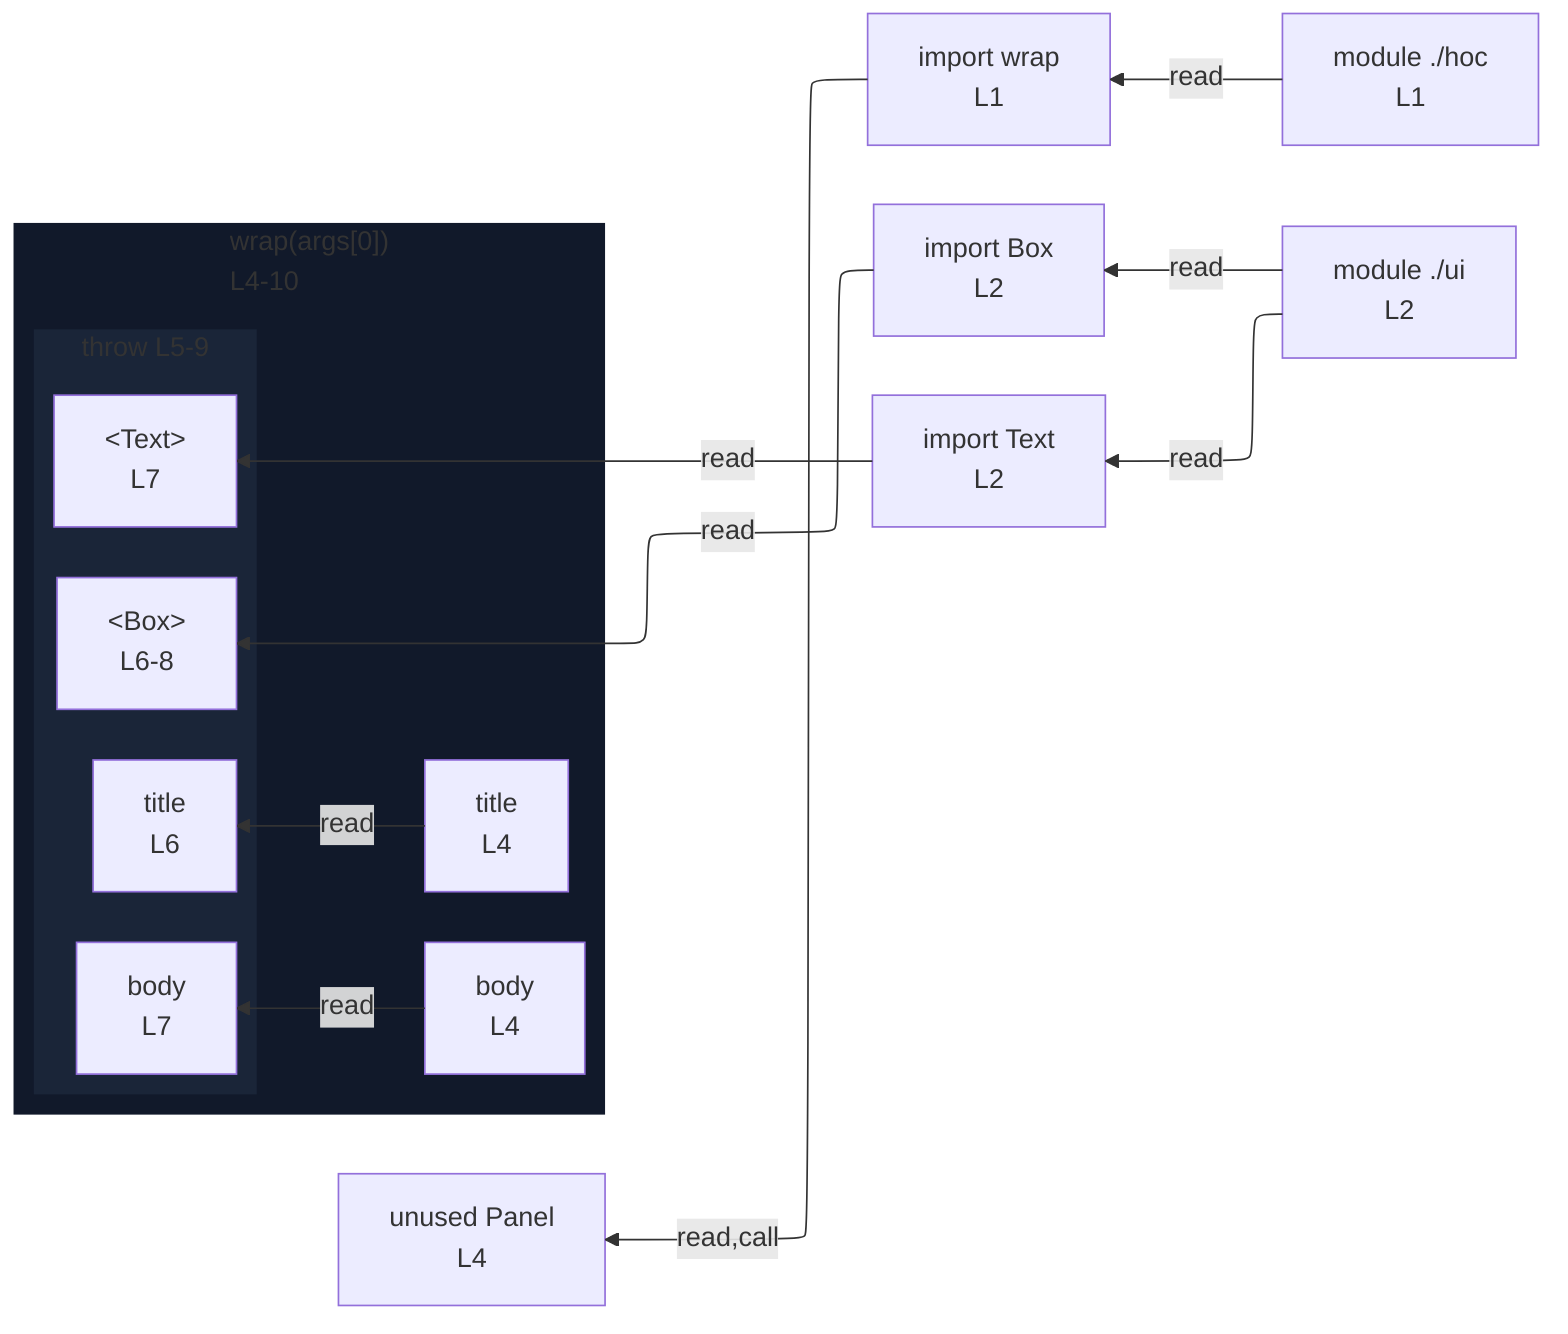
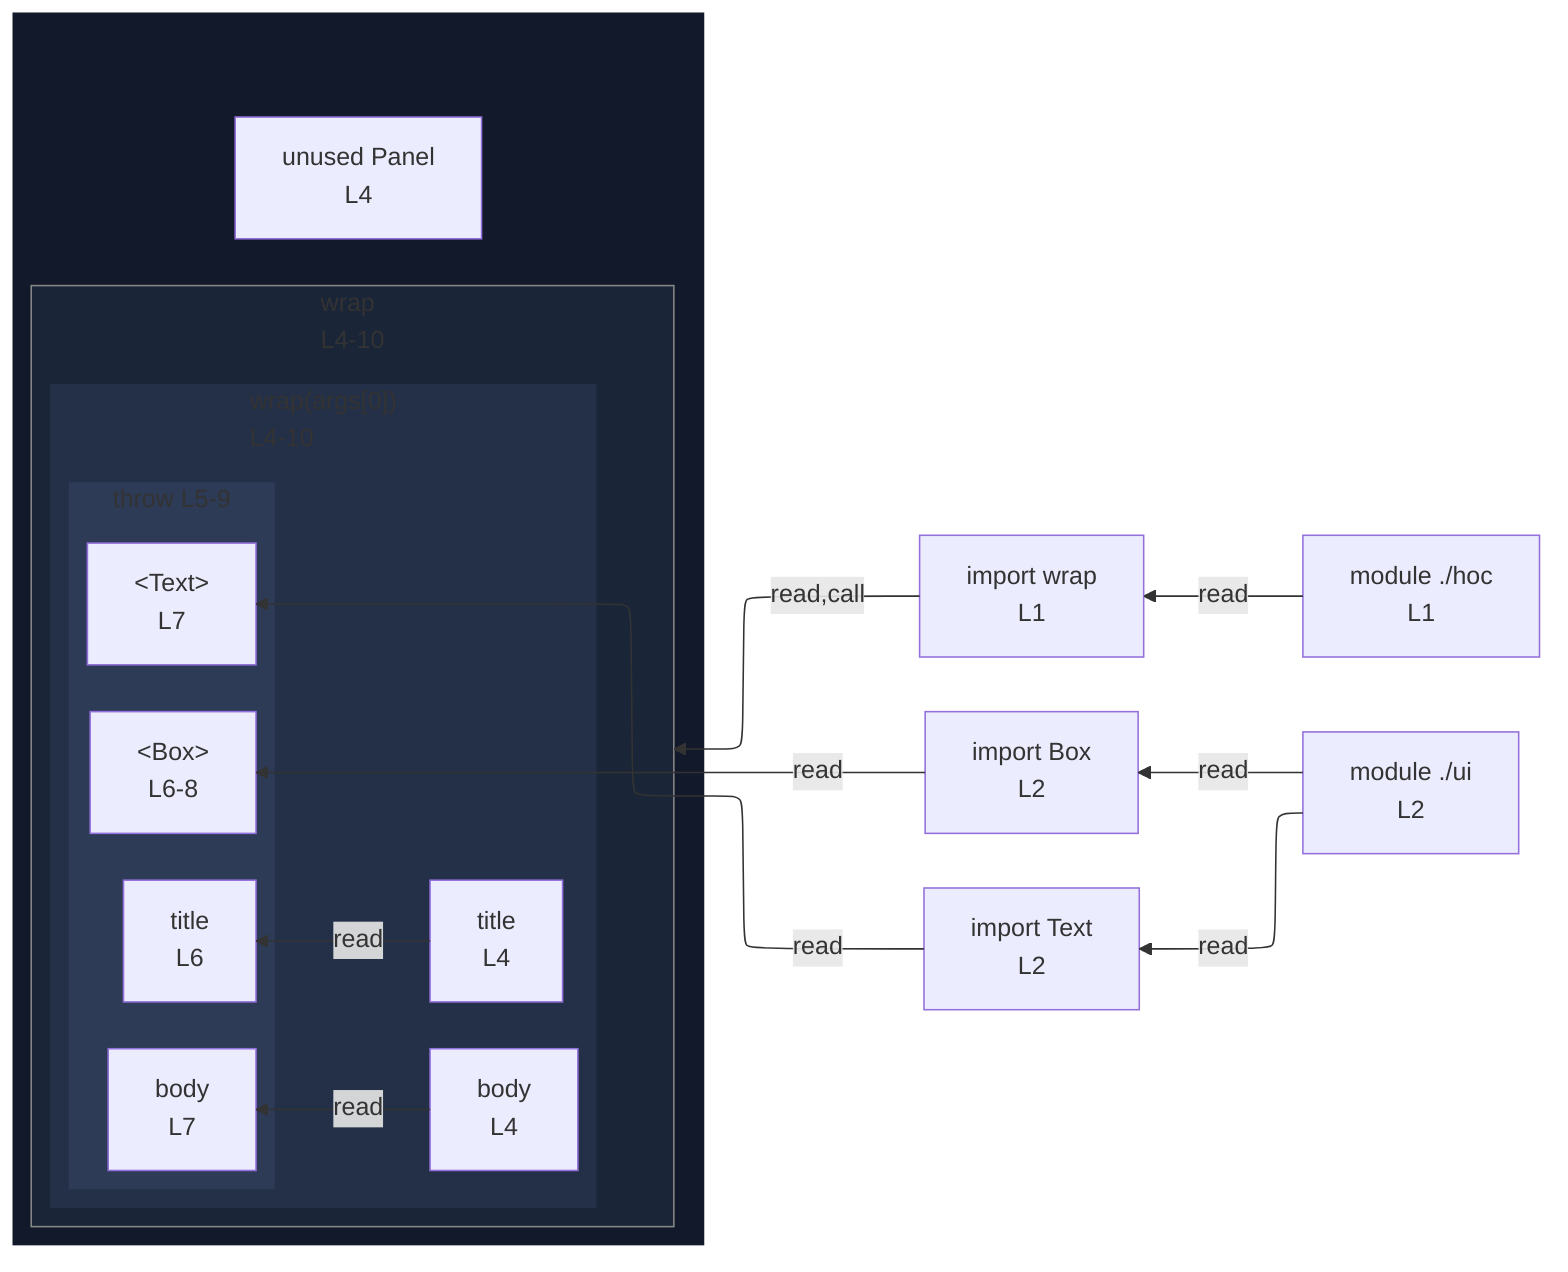
%%{init: {"flowchart": {"defaultRenderer": "elk"}}}%%
flowchart RL
  n_scope_0_wrap_9["import wrap<br/>L1"]
  n_scope_0_Box_39["import Box<br/>L2"]
  n_scope_0_Text_44["import Text<br/>L2"]
-   n_scope_0_Panel_78["unused Panel<br/>L4"]
-   subgraph s_scope_1["wrap(args[0])<br/>L4-10"]
-     direction RL
-     n_scope_1_title_92["title<br/>L4"]
-     n_scope_1_body_107["body<br/>L4"]
-     subgraph s_throw_scope_1_128_201["throw L5-9"]
+   subgraph wrap_call_proxy_ref_1[" "]
+     direction TB
+     n_scope_0_Panel_78["unused Panel<br/>L4"]
+     subgraph call_proxy_ref_1["wrap<br/>L4-10"]
      direction RL
-       throw_use_ref_2["&lt;Box&gt;<br/>L6-8"]
-       throw_use_ref_3["title<br/>L6"]
-       throw_use_ref_4["&lt;Text&gt;<br/>L7"]
-       throw_use_ref_5["body<br/>L7"]
+       subgraph s_scope_1["wrap(args[0])<br/>L4-10"]
+         direction RL
+         n_scope_1_title_92["title<br/>L4"]
+         n_scope_1_body_107["body<br/>L4"]
+         subgraph s_throw_scope_1_128_201["throw L5-9"]
+           direction RL
+           throw_use_ref_2["&lt;Box&gt;<br/>L6-8"]
+           throw_use_ref_3["title<br/>L6"]
+           throw_use_ref_4["&lt;Text&gt;<br/>L7"]
+           throw_use_ref_5["body<br/>L7"]
+         end
+       end
    end
  end
-   n_scope_0_wrap_9 -->|read,call| n_scope_0_Panel_78
+   n_scope_0_wrap_9 -->|read,call| call_proxy_ref_1
  n_scope_0_Box_39 -->|read| throw_use_ref_2
  n_scope_1_title_92 -->|read| throw_use_ref_3
  n_scope_0_Text_44 -->|read| throw_use_ref_4
  n_scope_1_body_107 -->|read| throw_use_ref_5
  mod___hoc["module ./hoc<br/>L1"]
  mod___ui["module ./ui<br/>L2"]
  mod___hoc -->|read| n_scope_0_wrap_9
  mod___ui -->|read| n_scope_0_Box_39
  mod___ui -->|read| n_scope_0_Text_44
  classDef nestL1 fill:#11192a,stroke:transparent;
-   class s_scope_1 nestL1;
+   class wrap_call_proxy_ref_1 nestL1;
  classDef nestL2 fill:#1a2538,stroke:transparent;
-   class s_throw_scope_1_128_201 nestL2;
+   class call_proxy_ref_1 nestL2;
+   classDef nestL3 fill:#243047,stroke:transparent;
+   class s_scope_1 nestL3;
+   classDef nestL4 fill:#2d3b57,stroke:transparent;
+   class s_throw_scope_1_128_201 nestL4;
+   classDef edgeTargetSubgraph stroke:#888;
+   class call_proxy_ref_1 edgeTargetSubgraph;
